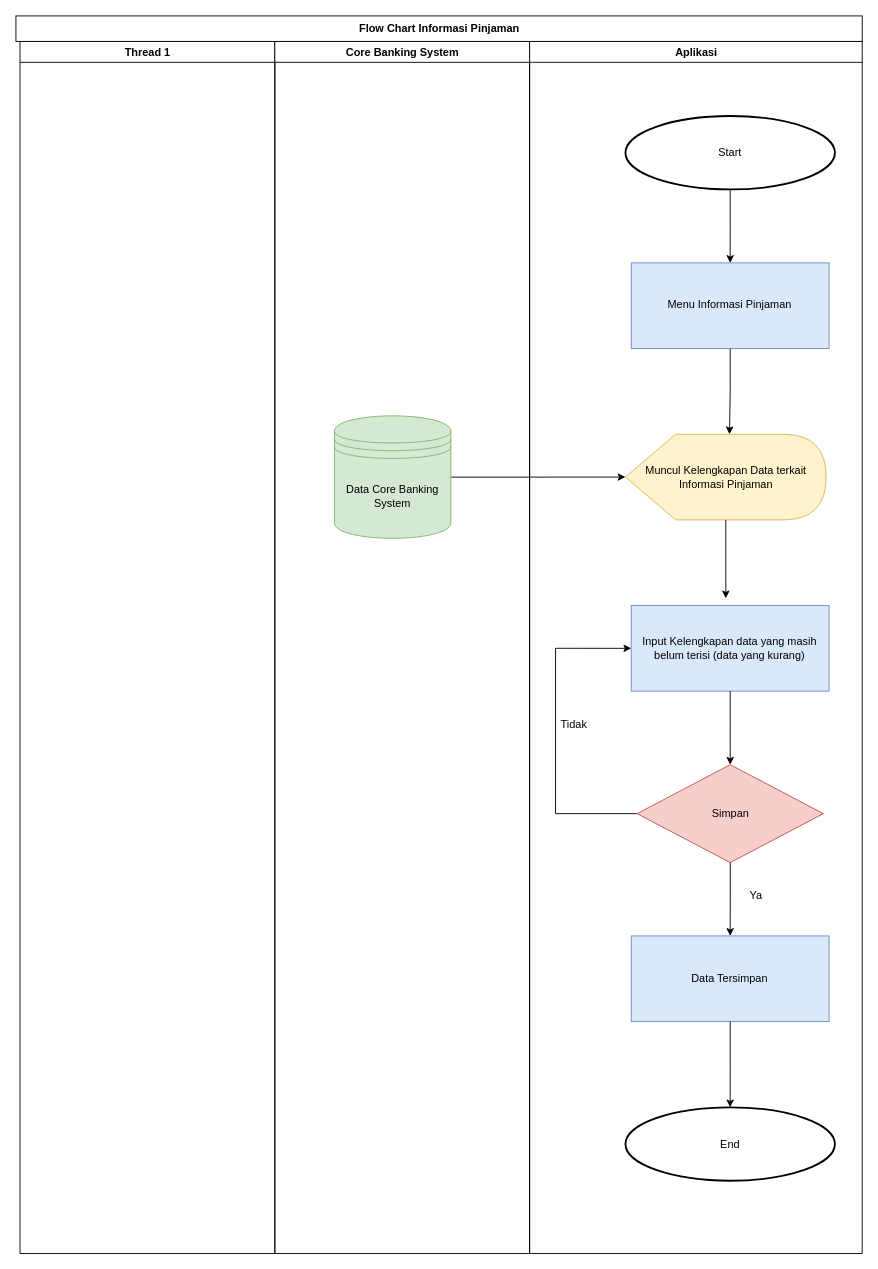
CharismaJuniK/File keeps this draw.io diagram as page "Informasi Data Pinjaman" (3 of 3) of Untitled Diagram.drawio. Above is the earlier version. Source tidied: cells renumbered, new cells numbered last; positions are measured from the earlier drawing's top-left corner, leaving out a move shared by most shapes. Both pictures are drawn from the tidied source at 91%, with x=0, y=0 at pixel (15, 15).
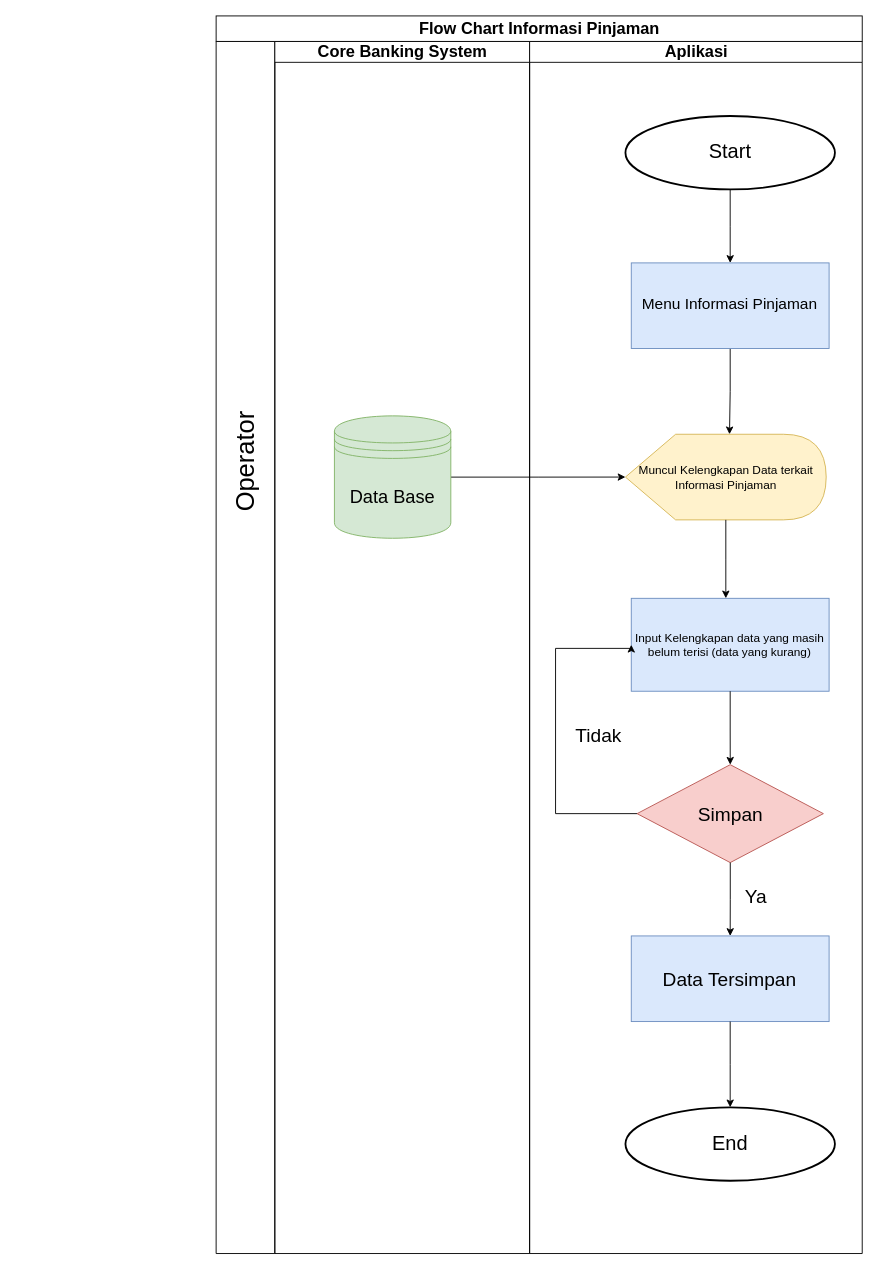
Above is the later version.

The change refers to these unchanged cells:
```xml
<mxCell id="6" style="group;" parent="1" vertex="1">
  <mxGeometry x="350" y="110" width="550" height="1170" as="geometry" />
</mxCell>
```

Change to the diagram source:
```diff
@@
-    <mxCell id="2" value="Thread 1" style="swimlane;whiteSpace=wrap;" parent="1" vertex="1">
-      <mxGeometry x="4.5" y="28" width="280" height="1332" as="geometry" />
+    <mxCell id="2" style="swimlane;whiteSpace=wrap;startSize=1332;" parent="1" vertex="1">
+      <mxGeometry x="220" y="28" width="64.5" height="1332" as="geometry" />
     </mxCell>
-    <mxCell id="3" value="Core Banking System" style="swimlane;whiteSpace=wrap;" parent="1" vertex="1">
+    <mxCell id="3" value="Core Banking System" style="swimlane;whiteSpace=wrap;fontSize=18;" parent="1" vertex="1">
       <mxGeometry x="284.5" y="28" width="280" height="1332" as="geometry" />
     </mxCell>
-    <mxCell id="4" value="Aplikasi" style="swimlane;whiteSpace=wrap;" parent="1" vertex="1">
+    <mxCell id="4" value="Aplikasi" style="swimlane;whiteSpace=wrap;fontSize=18;" parent="1" vertex="1">
       <mxGeometry x="564.5" y="28" width="365.5" height="1332" as="geometry" />
     </mxCell>
-    <mxCell id="5" value="&lt;span style=&quot;font-weight: 700&quot;&gt;Flow Chart Informasi Pinjaman&lt;/span&gt;" style="html=1;" parent="1" vertex="1">
-      <mxGeometry width="930" height="28" as="geometry" />
+    <mxCell id="5" value="&lt;span style=&quot;font-weight: 700&quot;&gt;&lt;font style=&quot;font-size: 18px&quot;&gt;Flow Chart Informasi Pinjaman&lt;/font&gt;&lt;/span&gt;" style="html=1;" parent="1" vertex="1">
+      <mxGeometry x="220" width="710" height="28" as="geometry" />
     </mxCell>
@@
-    <mxCell id="8" value="Start" style="strokeWidth=2;html=1;shape=mxgraph.flowchart.start_1;whiteSpace=wrap;" parent="6" vertex="1">
+    <mxCell id="8" value="&lt;font style=&quot;font-size: 22px&quot;&gt;Start&lt;/font&gt;" style="strokeWidth=2;html=1;shape=mxgraph.flowchart.start_1;whiteSpace=wrap;" parent="6" vertex="1">
       <mxGeometry x="319.8" width="230.2" height="80.7" as="geometry" />
     </mxCell>
-    <mxCell id="9" value="Muncul Kelengkapan Data terkait Informasi Pinjaman" style="shape=display;whiteSpace=wrap;html=1;fillColor=#fff2cc;strokeColor=#d6b656;" parent="6" vertex="1">
+    <mxCell id="9" value="&lt;font style=&quot;font-size: 13px&quot;&gt;Muncul Kelengkapan Data terkait Informasi Pinjaman&lt;/font&gt;" style="shape=display;whiteSpace=wrap;html=1;fillColor=#fff2cc;strokeColor=#d6b656;" parent="6" vertex="1">
       <mxGeometry x="319.8" y="349.7" width="220.6" height="94.1" as="geometry" />
     </mxCell>
@@
-    <mxCell id="11" value="Menu Informasi Pinjaman" style="rounded=0;whiteSpace=wrap;html=1;fillColor=#dae8fc;strokeColor=#6c8ebf;" parent="6" vertex="1">
+    <mxCell id="11" value="&lt;font style=&quot;font-size: 17px&quot;&gt;Menu Informasi Pinjaman&lt;/font&gt;" style="rounded=0;whiteSpace=wrap;html=1;fillColor=#dae8fc;strokeColor=#6c8ebf;" parent="6" vertex="1">
       <mxGeometry x="326.2" y="161.4" width="217.4" height="94.1" as="geometry" />
     </mxCell>
-    <mxCell id="12" value="Input Kelengkapan data yang masih belum terisi (data yang kurang)" style="rounded=0;whiteSpace=wrap;html=1;fillColor=#dae8fc;strokeColor=#6c8ebf;" parent="6" vertex="1">
-      <mxGeometry x="326.2" y="537.9" width="217.4" height="94.1" as="geometry" />
+    <mxCell id="12" value="&lt;font style=&quot;font-size: 13px&quot;&gt;Input Kelengkapan data yang masih belum terisi (data yang kurang)&lt;/font&gt;" style="rounded=0;whiteSpace=wrap;html=1;fillColor=#dae8fc;strokeColor=#6c8ebf;" parent="6" vertex="1">
+      <mxGeometry x="326.2" y="530" width="217.4" height="102.1" as="geometry" />
     </mxCell>
@@
-    <mxCell id="14" value="Simpan" style="rhombus;whiteSpace=wrap;html=1;fillColor=#f8cecc;strokeColor=#b85450;" parent="6" vertex="1">
+    <mxCell id="14" value="&lt;font style=&quot;font-size: 21px&quot;&gt;Simpan&lt;/font&gt;" style="rhombus;whiteSpace=wrap;html=1;fillColor=#f8cecc;strokeColor=#b85450;" parent="6" vertex="1">
       <mxGeometry x="332.6" y="712.8" width="204.7" height="107.6" as="geometry" />
     </mxCell>
@@
-    <mxCell id="16" value="Data Tersimpan" style="rounded=0;whiteSpace=wrap;html=1;fillColor=#dae8fc;strokeColor=#6c8ebf;" parent="6" vertex="1">
+    <mxCell id="16" value="&lt;font style=&quot;font-size: 21px&quot;&gt;Data Tersimpan&lt;/font&gt;" style="rounded=0;whiteSpace=wrap;html=1;fillColor=#dae8fc;strokeColor=#6c8ebf;" parent="6" vertex="1">
       <mxGeometry x="326.2" y="901" width="217.4" height="94.1" as="geometry" />
     </mxCell>
@@
-    <mxCell id="19" value="Data Core Banking System" style="shape=datastore;whiteSpace=wrap;html=1;fillColor=#d5e8d4;strokeColor=#82b366;" parent="6" vertex="1">
+    <mxCell id="19" value="&lt;font style=&quot;font-size: 20px&quot;&gt;Data Base&lt;/font&gt;" style="shape=datastore;whiteSpace=wrap;html=1;fillColor=#d5e8d4;strokeColor=#82b366;" parent="6" vertex="1">
       <mxGeometry y="329.5" width="127.9" height="134.5" as="geometry" />
     </mxCell>
-    <mxCell id="20" value="Ya" style="text;html=1;align=center;verticalAlign=middle;strokeColor=none;" parent="6" vertex="1">
-      <mxGeometry x="447.7" y="847.2" width="30" height="20" as="geometry" />
+    <mxCell id="20" value="&lt;font style=&quot;font-size: 21px&quot;&gt;Ya&lt;/font&gt;" style="text;html=1;align=center;verticalAlign=middle;strokeColor=none;" parent="6" vertex="1">
+      <mxGeometry x="442.7" y="847.2" width="40" height="20" as="geometry" />
     </mxCell>
-    <mxCell id="21" value="Tidak" style="text;html=1;align=center;verticalAlign=middle;strokeColor=none;" parent="6" vertex="1">
-      <mxGeometry x="243" y="659" width="40" height="20" as="geometry" />
+    <mxCell id="21" value="&lt;font style=&quot;font-size: 21px&quot;&gt;Tidak&lt;/font&gt;" style="text;html=1;align=center;verticalAlign=middle;strokeColor=none;" parent="6" vertex="1">
+      <mxGeometry x="255" y="670" width="70" height="20" as="geometry" />
     </mxCell>
-    <mxCell id="22" value="End" style="strokeWidth=2;html=1;shape=mxgraph.flowchart.start_1;whiteSpace=wrap;" parent="6" vertex="1">
+    <mxCell id="22" value="&lt;font style=&quot;font-size: 22px&quot;&gt;End&lt;/font&gt;" style="strokeWidth=2;html=1;shape=mxgraph.flowchart.start_1;whiteSpace=wrap;" parent="6" vertex="1">
       <mxGeometry x="319.8" y="1089.3" width="230.2" height="80.7" as="geometry" />
     </mxCell>
@@
+    <mxCell id="25" value="&lt;font style=&quot;font-size: 28px&quot;&gt;Operator&lt;/font&gt;" style="text;html=1;align=center;verticalAlign=middle;strokeColor=none;rotation=-90;" parent="1" vertex="1">
+      <mxGeometry x="187.2" y="475" width="130" height="30" as="geometry" />
+    </mxCell>
```
